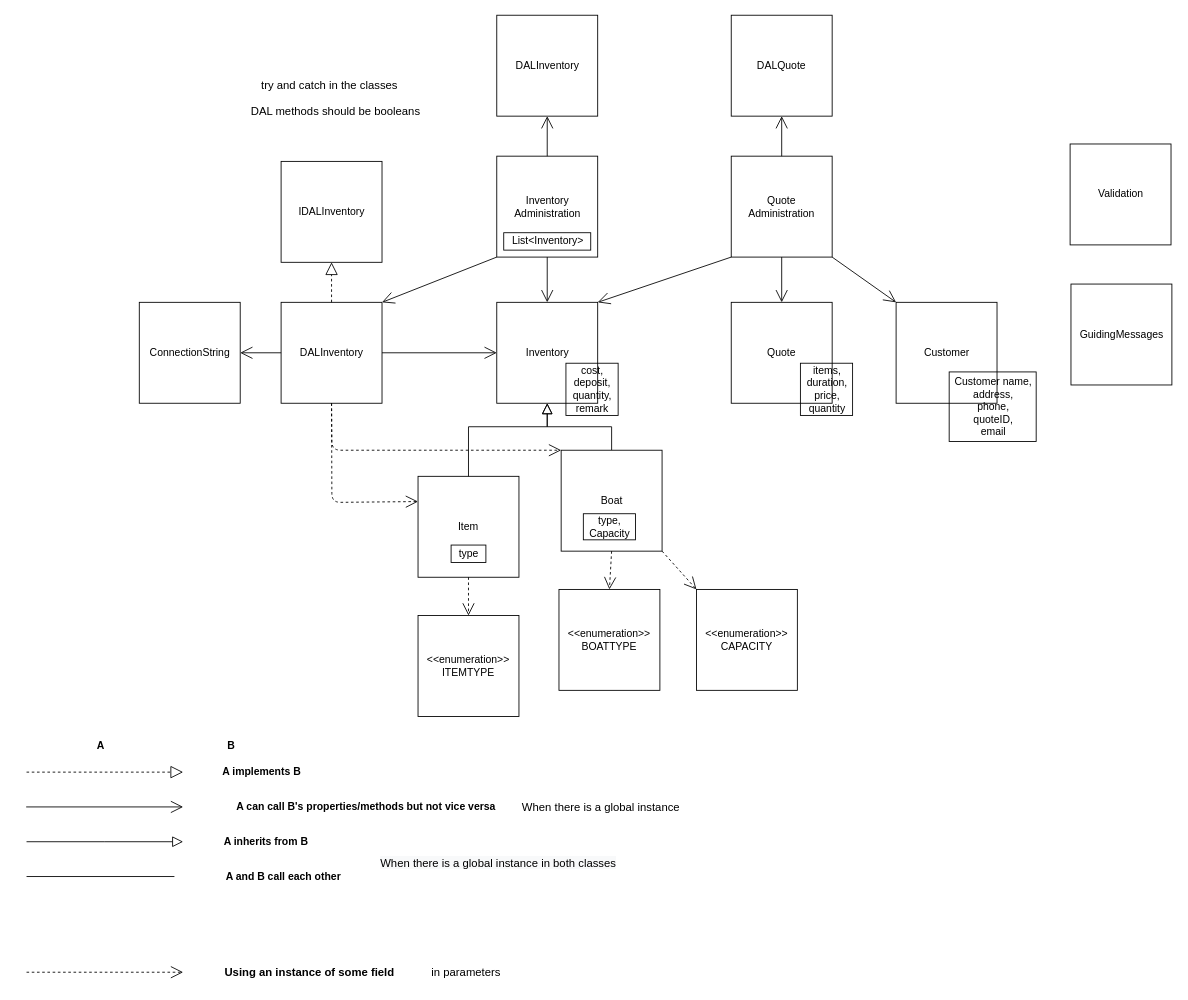
Before: Documentation/Synthesis Assignment.drawio in ismailchbiki/-t-Sloepke-B.V.-company, a draw.io diagram. Source tidied: cells renumbered, new cells numbered last; positions are measured from the earlier drawing's top-left corner, leaving out a move shared by most shapes. Both pictures are drawn from the tidied source at 87%, with x=0, y=0 at pixel (26, 15).
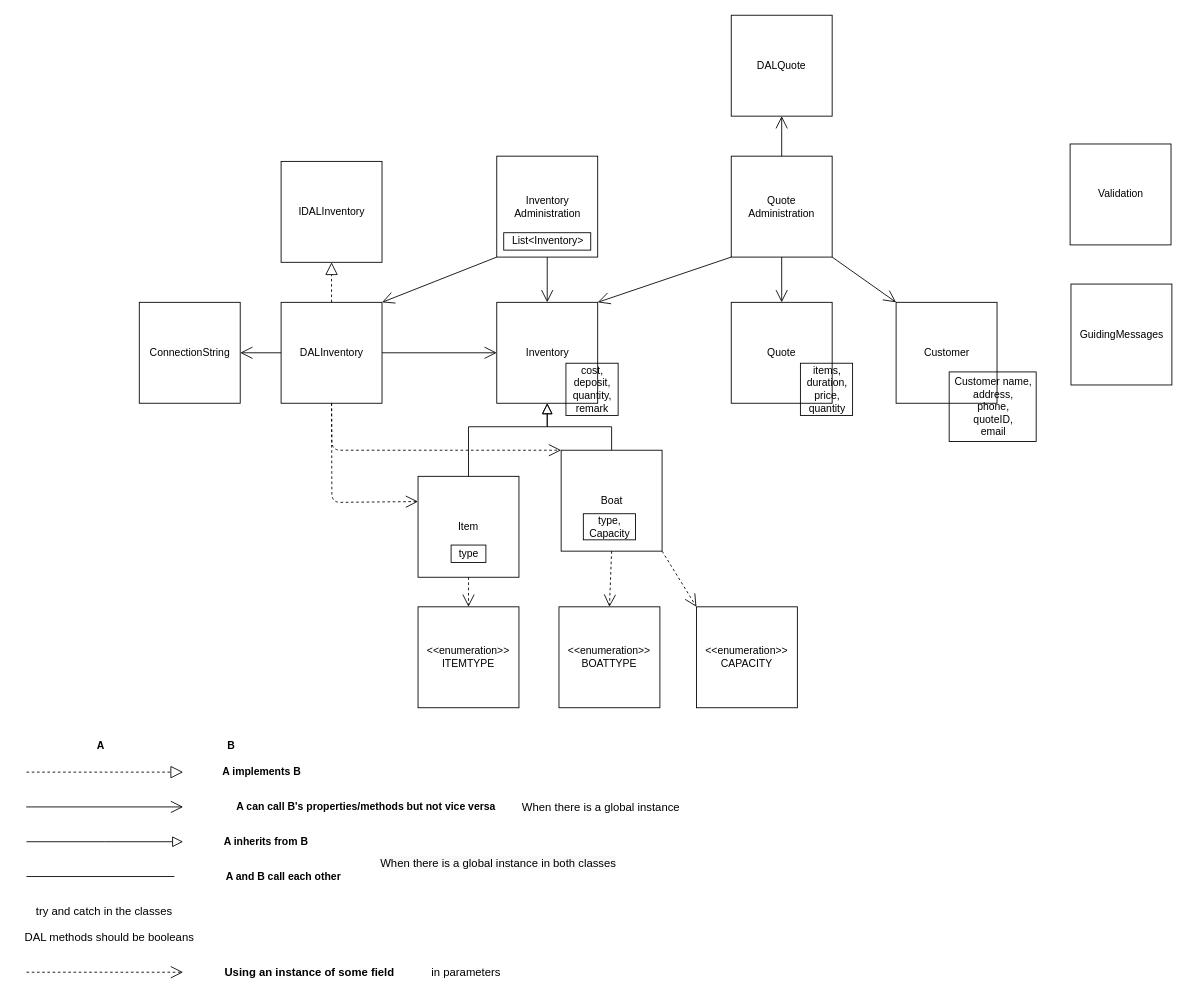
After the change.

Unchanged cells that the change refers to:
```xml
<mxCell id="38" value="Inventory&lt;br&gt;Administration" style="whiteSpace=wrap;html=1;strokeColor=default;direction=east;" parent="1" vertex="1">
  <mxGeometry x="540.5" y="162" width="116" height="116" as="geometry" />
</mxCell>
```

Change to the diagram source:
```diff
@@
     <mxCell id="18" value="try and catch in the classes" style="text;html=1;align=center;verticalAlign=middle;strokeColor=none;fillColor=none;fontSize=13;" parent="1" vertex="1">
-      <mxGeometry x="263.1" y="70" width="170" height="20" as="geometry" />
+      <mxGeometry x="3.6" y="1020" width="170" height="20" as="geometry" />
     </mxCell>
     <mxCell id="19" value="DAL methods should be booleans" style="text;html=1;align=center;verticalAlign=middle;strokeColor=none;fillColor=none;fontSize=13;" parent="1" vertex="1">
-      <mxGeometry x="249.6" y="100" width="210" height="20" as="geometry" />
+      <mxGeometry x="-10" y="1050" width="210" height="20" as="geometry" />
     </mxCell>
@@
     <mxCell id="35" value="&amp;lt;&amp;lt;enumeration&amp;gt;&amp;gt;&lt;br&gt;ITEMTYPE" style="whiteSpace=wrap;html=1;" parent="1" vertex="1">
-      <mxGeometry x="450" y="690" width="116" height="116" as="geometry" />
+      <mxGeometry x="450" y="680" width="116" height="116" as="geometry" />
     </mxCell>
     <mxCell id="36" value="&amp;lt;&amp;lt;enumeration&amp;gt;&amp;gt;&lt;br&gt;BOATTYPE" style="whiteSpace=wrap;html=1;" parent="1" vertex="1">
-      <mxGeometry x="612" y="660" width="116" height="116" as="geometry" />
+      <mxGeometry x="612" y="680" width="116" height="116" as="geometry" />
     </mxCell>
@@
-    <mxCell id="41" value="DALInventory" style="whiteSpace=wrap;html=1;strokeColor=default;direction=east;" parent="1" vertex="1">
-      <mxGeometry x="540.5" width="116" height="116" as="geometry" />
-    </mxCell>
@@
-    <mxCell id="46" style="endArrow=open;endFill=1;endSize=12;html=1;fontStyle=1;fontSize=13;strokeWidth=1;exitX=0.5;exitY=0;exitDx=0;exitDy=0;entryX=0.5;entryY=1;entryDx=0;entryDy=0;" parent="1" edge="1" source="38" target="41">
-      <mxGeometry relative="1" as="geometry" />
-    </mxCell>
@@
     <mxCell id="57" value="&amp;lt;&amp;lt;enumeration&amp;gt;&amp;gt;&lt;br&gt;CAPACITY" style="whiteSpace=wrap;html=1;" parent="1" vertex="1">
-      <mxGeometry x="770" y="660" width="116" height="116" as="geometry" />
+      <mxGeometry x="770" y="680" width="116" height="116" as="geometry" />
     </mxCell>
```
